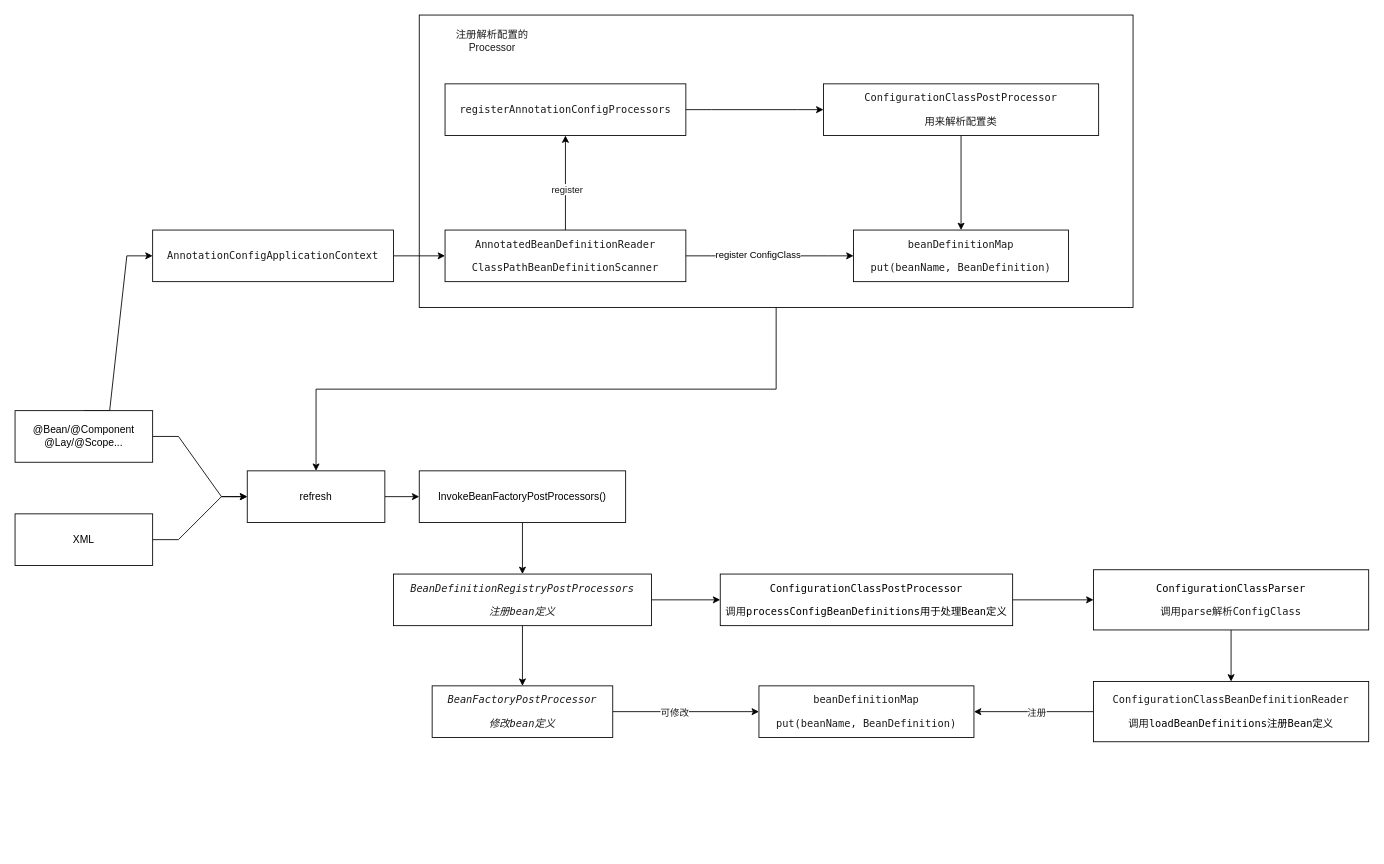
zhfk/drawo.io.mydiagrams keeps this draw.io diagram as page "Spring" (1 of 5) of spring.drawio. Above is the earlier version. Source tidied: cells renumbered, new cells numbered last; positions are measured from the earlier drawing's top-left corner, leaving out a move shared by most shapes. Both pictures are drawn from the tidied source at 86%, with x=0, y=0 at pixel (15, 15).
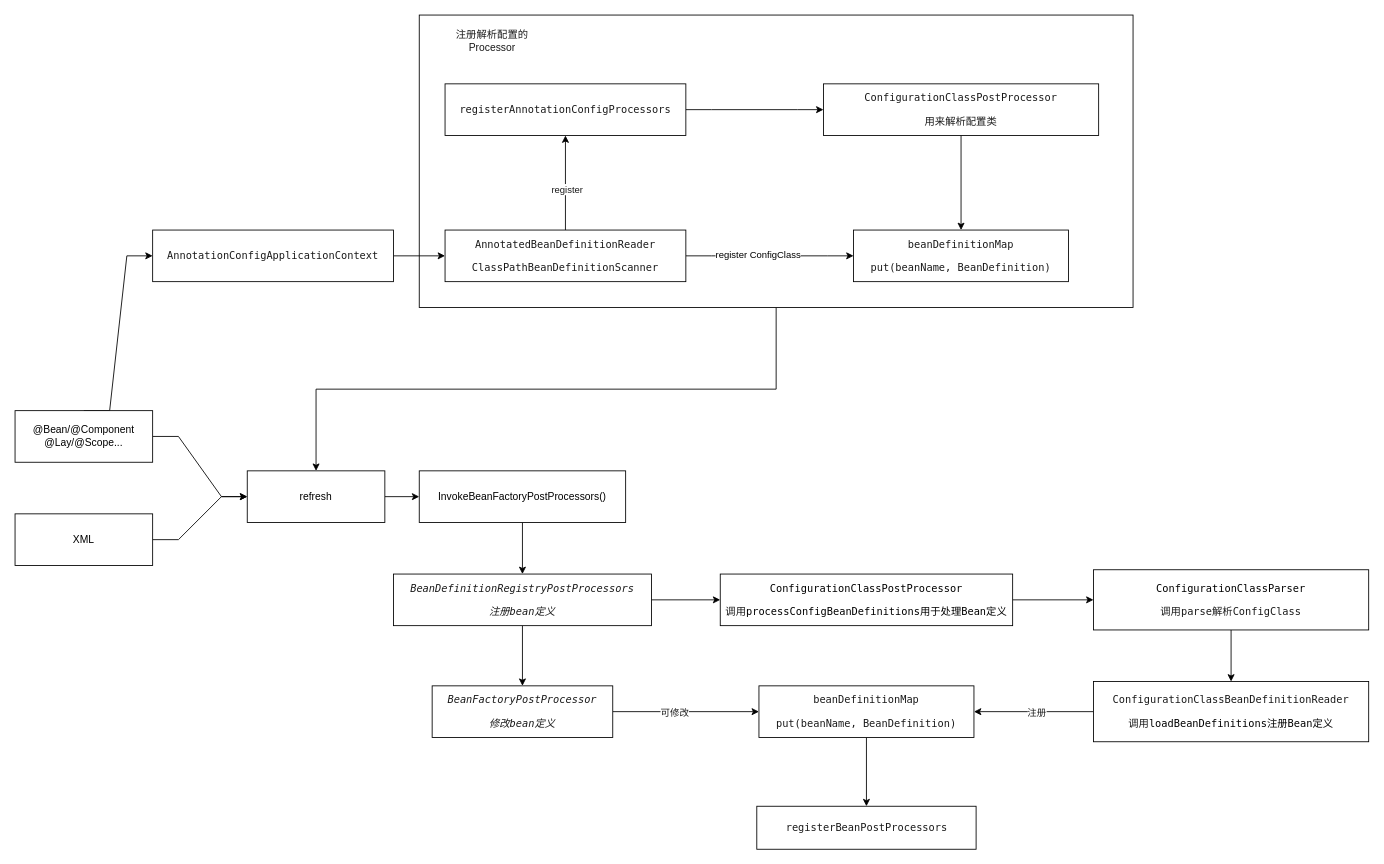
The same page after the edit.

Unchanged cells that the change refers to:
```xml
<mxCell id="39" value="&lt;pre style=&quot;font-family: &amp;#34;monaco&amp;#34; , monospace ; font-size: 9pt&quot;&gt;&lt;pre style=&quot;font-family: &amp;#34;monaco&amp;#34; , monospace ; font-size: 9pt&quot;&gt;&lt;pre style=&quot;font-family: &amp;#34;monaco&amp;#34; , monospace ; font-size: 9pt&quot;&gt;&lt;pre style=&quot;font-family: &amp;#34;monaco&amp;#34; , monospace ; font-size: 9pt&quot;&gt;&lt;pre style=&quot;font-family: &amp;#34;monaco&amp;#34; , monospace ; font-size: 9pt&quot;&gt;&lt;font color=&quot;#1a1a1a&quot; style=&quot;background-color: rgb(255 , 255 , 255)&quot;&gt;beanDefinitionMap&lt;/font&gt;&lt;/pre&gt;&lt;pre style=&quot;font-family: &amp;#34;monaco&amp;#34; , monospace ; font-size: 9pt&quot;&gt;&lt;font color=&quot;#1a1a1a&quot;&gt;&lt;span style=&quot;background-color: rgb(255 , 255 , 255)&quot;&gt;put(beanName, BeanDefinition)&lt;/span&gt;&lt;/font&gt;&lt;/pre&gt;&lt;/pre&gt;&lt;/pre&gt;&lt;/pre&gt;&lt;/pre&gt;" style="rounded=0;whiteSpace=wrap;html=1;" parent="1" vertex="1">
  <mxGeometry x="865" y="780" width="250" height="60" as="geometry" />
</mxCell>
```

What changed in the source:
```diff
@@
+    <mxCell id="40" style="edgeStyle=orthogonalEdgeStyle;rounded=0;jettySize=auto;html=1;fontColor=#1A1A1A;strokeWidth=1;" parent="1" edge="1" source="39" target="41">
+      <mxGeometry relative="1" as="geometry" />
+    </mxCell>
@@
+    <mxCell id="41" value="&lt;pre style=&quot;font-family: &amp;#34;monaco&amp;#34; , monospace ; font-size: 9pt&quot;&gt;&lt;pre style=&quot;font-family: &amp;#34;monaco&amp;#34; , monospace ; font-size: 9pt&quot;&gt;&lt;pre style=&quot;font-family: &amp;#34;monaco&amp;#34; , monospace ; font-size: 9pt&quot;&gt;&lt;pre style=&quot;font-family: &amp;#34;monaco&amp;#34; , monospace ; font-size: 9pt&quot;&gt;&lt;pre style=&quot;font-family: &amp;#34;monaco&amp;#34; , monospace ; font-size: 9pt&quot;&gt;&lt;pre style=&quot;font-family: &amp;#34;monaco&amp;#34; , monospace ; font-size: 9pt&quot;&gt;&lt;font color=&quot;#1a1a1a&quot; style=&quot;background-color: rgb(255 , 255 , 255)&quot;&gt;registerBeanPostProcessors&lt;/font&gt;&lt;/pre&gt;&lt;/pre&gt;&lt;/pre&gt;&lt;/pre&gt;&lt;/pre&gt;&lt;/pre&gt;" style="rounded=0;whiteSpace=wrap;html=1;" parent="1" vertex="1">
+      <mxGeometry x="862.5" y="920" width="255" height="50" as="geometry" />
+    </mxCell>
```
